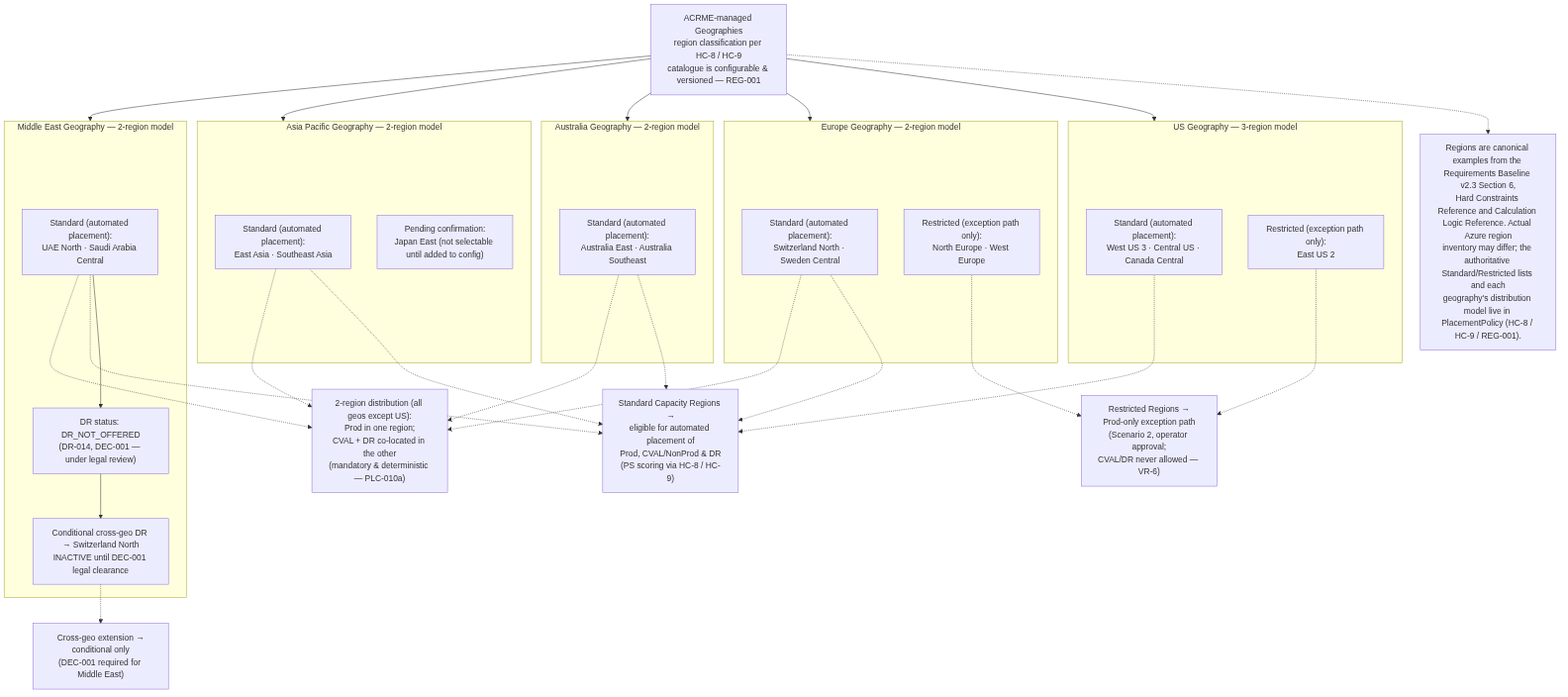
The Mermaid diagram Architecture/diagrams/tdd/T17.png in vishnu4573/acrme-capacity-reservation, before a commit. Its source is kept beside it as Architecture/diagrams/tdd/T17.mmd.
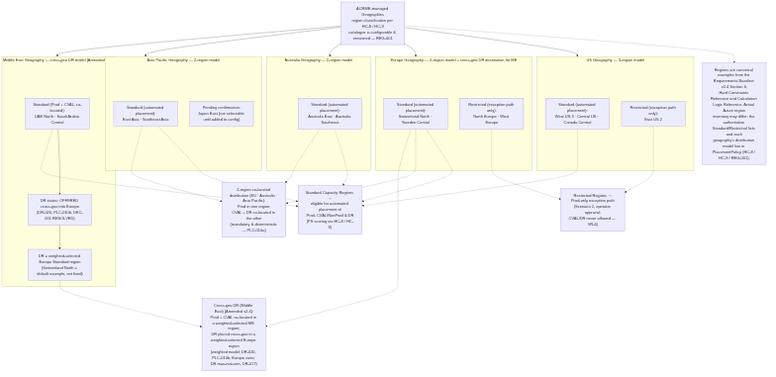
Later version of the same file.

What changed in the source:
```diff
@@ -13,7 +13,7 @@
       USR["Restricted (exception path only):<br/>East US 2"]
     end
 
-    subgraph EU["Europe Geography — 2-region model"]
+    subgraph EU["Europe Geography — 2-region model + cross-geo DR destination for ME"]
       direction TB
       EUS["Standard (automated placement):<br/>Switzerland North · Sweden Central"]
       EUR["Restricted (exception path only):<br/>North Europe · West Europe"]
@@ -30,18 +30,18 @@
       APP["Pending confirmation:<br/>Japan East (not selectable until added to config)"]
     end
 
-    subgraph ME["Middle East Geography — 2-region model"]
+    subgraph ME["Middle East Geography — cross-geo DR model [Amended v2.4]"]
       direction TB
-      MES["Standard (automated placement):<br/>UAE North · Saudi Arabia Central"]
-      MEDR["DR status: DR_NOT_OFFERED<br/>(DR-014, DEC-001 — under legal review)"]
-      MEX["Conditional cross-geo DR → Switzerland North<br/>INACTIVE until DEC-001 legal clearance"]
+      MES["Standard (Prod + CVAL, co-located):<br/>UAE North · Saudi Arabia Central"]
+      MEDR["DR status: OFFERED cross-geo into Europe<br/>(DR-020, PLC-010b, DEC-001 RESOLVED)"]
+      MEX["DR = weighted-selected Europe Standard region<br/>(Switzerland North = default example, not fixed)"]
       MES --> MEDR --> MEX
     end
 
     STD["Standard Capacity Regions →<br/>eligible for automated placement of<br/>Prod, CVAL/NonProd & DR<br/>(PS scoring via HC-8 / HC-9)"]
     RES["Restricted Regions →<br/>Prod-only exception path<br/>(Scenario 2, operator approval;<br/>CVAL/DR never allowed — VR-6)"]
-    COLO["2-region distribution (all geos except US):<br/>Prod in one region;<br/>CVAL + DR co-located in the other<br/>(mandatory & deterministic — PLC-010a)"]
-    XGEO["Cross-geo extension →<br/>conditional only<br/>(DEC-001 required for Middle East)"]
+    COLO["2-region co-located distribution (EU · Australia · Asia Pacific):<br/>Prod in one region;<br/>CVAL + DR co-located in the other<br/>(mandatory & deterministic — PLC-010a)"]
+    XGEO["Cross-geo DR (Middle East) [Amended v2.4]:<br/>Prod + CVAL co-located in a weighted-selected ME region;<br/>DR placed cross-geo in a weighted-selected Europe region<br/>(weighted model; DR-020, PLC-010b; Europe sizes DR max-not-sum, DR-017)"]
 
     USS -.-> STD
     EUS -.-> STD
@@ -55,7 +55,7 @@
     EUS -.-> COLO
     AUS -.-> COLO
     APS -.-> COLO
-    MES -.-> COLO
+    EUS -.-> XGEO
 
-    NOTE["Regions are canonical examples from the Requirements Baseline v2.3 Section 6,<br/>Hard Constraints Reference and Calculation Logic Reference. Actual Azure region<br/>inventory may differ; the authoritative Standard/Restricted lists and each<br/>geography's distribution model live in PlacementPolicy (HC-8 / HC-9 / REG-001)."]
+    NOTE["Regions are canonical examples from the Requirements Baseline v2.4 Section 6,<br/>Hard Constraints Reference and Calculation Logic Reference. Actual Azure region<br/>inventory may differ; the authoritative Standard/Restricted lists and each<br/>geography's distribution model live in PlacementPolicy (HC-8 / HC-9 / REG-001)."]
     ROOT -.-> NOTE
```
